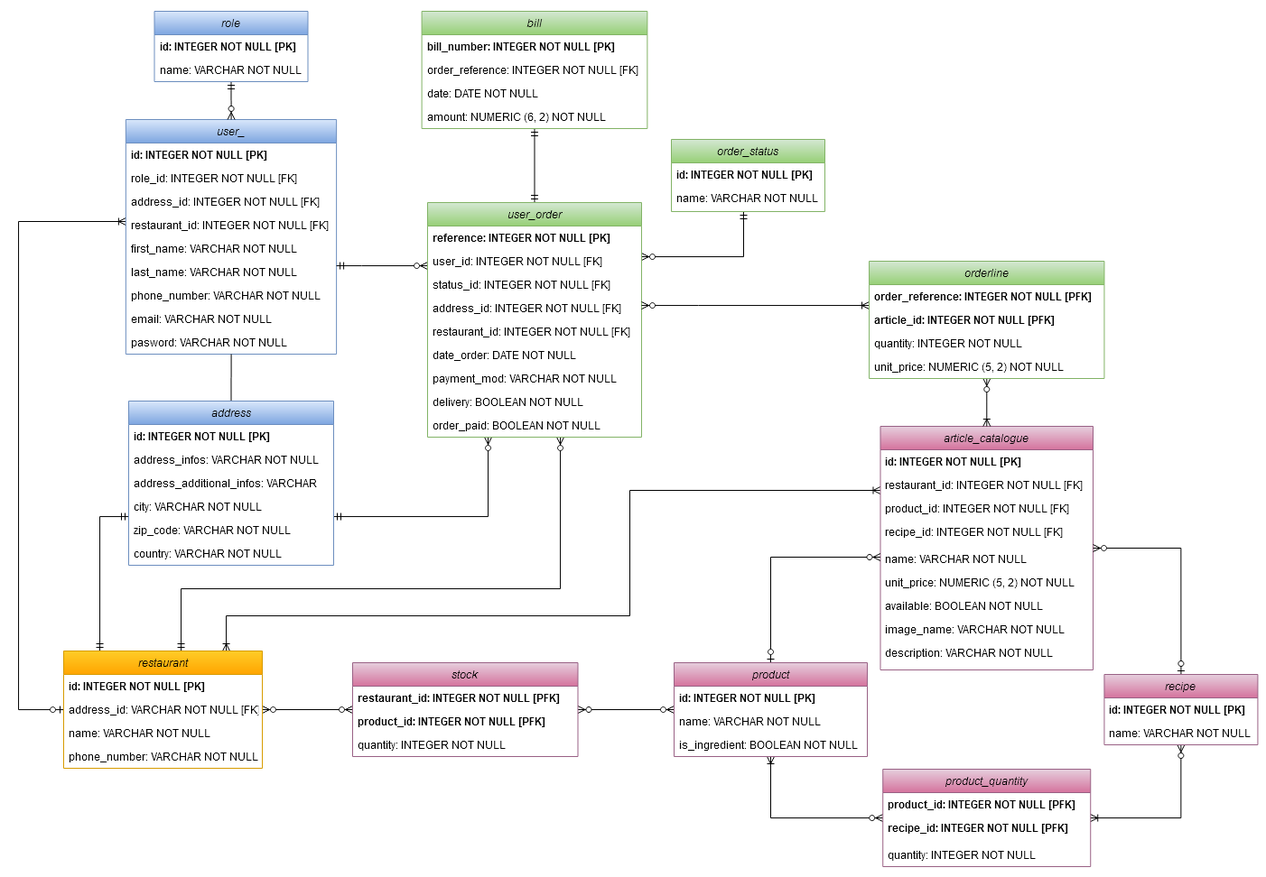
Before: diagram/er-diagram.png, a diagram exported from draw.io (AngoGG/Solution-Technique-OC-Pizza). Source tidied: cells renumbered, new cells last; positions are measured from the earlier drawing's top-left corner, leaving out a move shared by most shapes.
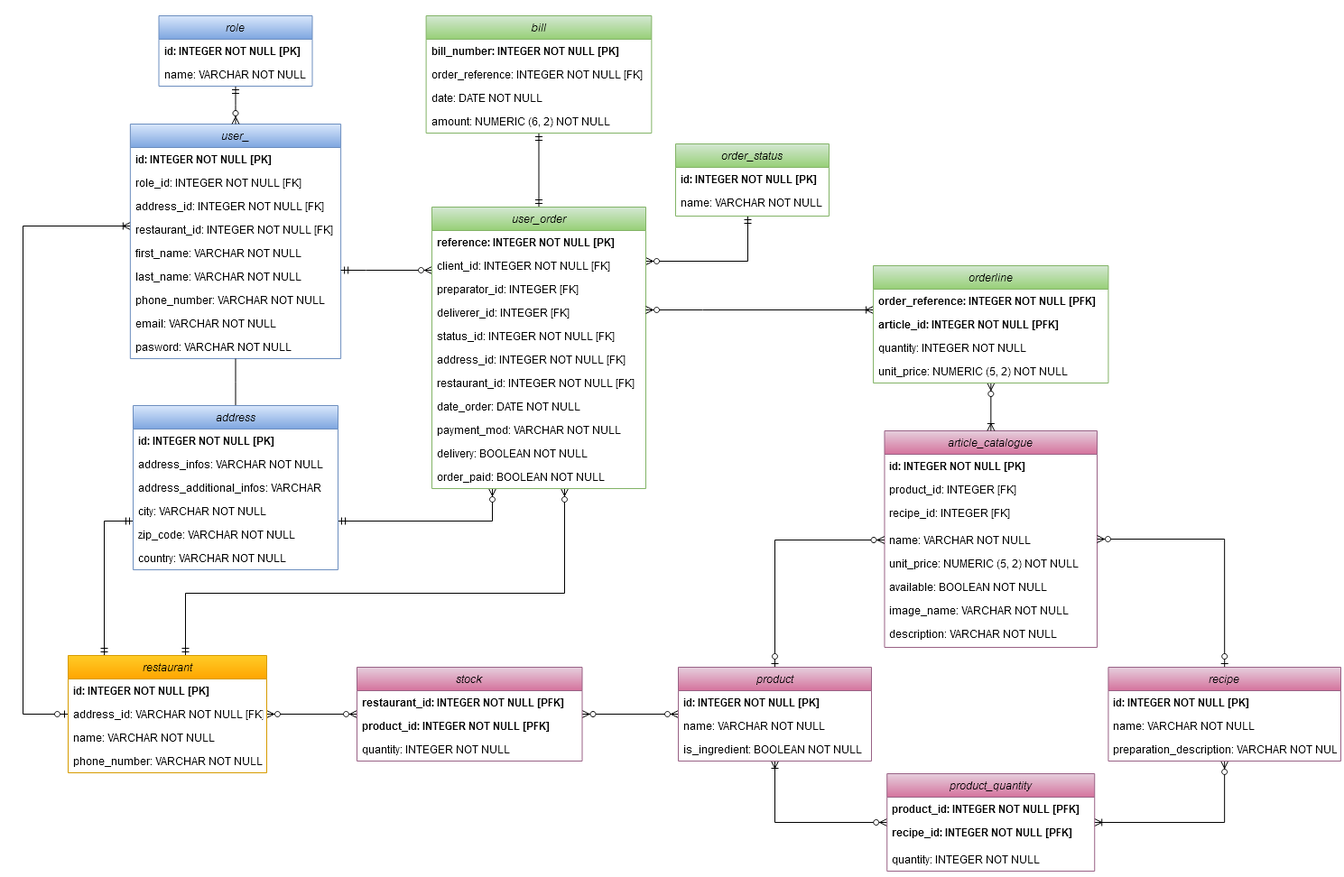
Above is the later version.

What changed in the source:
```diff
@@ -2,44 +2,32 @@
   <root>
     <mxCell id="0" />
     <mxCell id="1" parent="0" />
-    <mxCell id="2" style="edgeStyle=orthogonalEdgeStyle;jettySize=auto;html=1;endArrow=ERoneToMany;endFill=0;startArrow=ERoneToMany;startFill=0;rounded=0;endSize=6;" parent="1" edge="1" source="3" target="78">
-      <mxGeometry relative="1" as="geometry">
-        <Array as="points">
-          <mxPoint x="677" y="531" />
-          <mxPoint x="677" y="670" />
-          <mxPoint x="230" y="670" />
-        </Array>
-      </mxGeometry>
-    </mxCell>
     <mxCell id="3" value="article_catalogue" style="swimlane;fontStyle=2;align=center;verticalAlign=top;horizontal=1;startSize=26;rounded=0;shadow=0;strokeWidth=1;fillColor=#e6d0de;strokeColor=#996185;gradientColor=#d5739d;" parent="1" vertex="1">
-      <mxGeometry x="954.5" y="460" width="235.5" height="270" as="geometry" />
+      <mxGeometry x="954.5" y="460" width="235.5" height="240" as="geometry" />
     </mxCell>
     <mxCell id="4" value="id: INTEGER NOT NULL [PK]" style="text;strokeColor=none;fillColor=none;align=left;verticalAlign=top;spacingLeft=4;spacingRight=4;overflow=hidden;fontStyle=1;" parent="3" vertex="1">
       <mxGeometry y="26" width="235.5" height="26" as="geometry" />
     </mxCell>
-    <mxCell id="5" value="restaurant_id: INTEGER NOT NULL [FK]" style="text;strokeColor=none;fillColor=none;align=left;verticalAlign=top;spacingLeft=4;spacingRight=4;overflow=hidden;fontStyle=0;" parent="3" vertex="1">
-      <mxGeometry y="52" width="235.5" height="26" as="geometry" />
-    </mxCell>
-    <mxCell id="6" value="product_id: INTEGER NOT NULL [FK]" style="text;strokeColor=none;fillColor=none;align=left;verticalAlign=top;spacingLeft=4;spacingRight=4;overflow=hidden;fontStyle=0;" parent="3" vertex="1">
-      <mxGeometry y="78" width="235.5" height="26" as="geometry" />
+    <mxCell id="6" value="product_id: INTEGER [FK]" style="text;strokeColor=none;fillColor=none;align=left;verticalAlign=top;spacingLeft=4;spacingRight=4;overflow=hidden;fontStyle=0;" parent="3" vertex="1">
+      <mxGeometry y="52" width="235.5" height="26" as="geometry" />
     </mxCell>
-    <mxCell id="7" value="recipe_id: INTEGER NOT NULL [FK]" style="text;strokeColor=none;fillColor=none;align=left;verticalAlign=top;spacingLeft=4;spacingRight=4;overflow=hidden;fontStyle=0;" parent="3" vertex="1">
-      <mxGeometry y="104" width="235.5" height="30" as="geometry" />
+    <mxCell id="7" value="recipe_id: INTEGER [FK]" style="text;strokeColor=none;fillColor=none;align=left;verticalAlign=top;spacingLeft=4;spacingRight=4;overflow=hidden;fontStyle=0;" parent="3" vertex="1">
+      <mxGeometry y="78" width="235.5" height="30" as="geometry" />
     </mxCell>
     <mxCell id="8" value="name: VARCHAR NOT NULL" style="text;strokeColor=none;fillColor=none;align=left;verticalAlign=top;spacingLeft=4;spacingRight=4;overflow=hidden;points=[[0,0.5],[1,0.5]];portConstraint=eastwest;" parent="3" vertex="1">
-      <mxGeometry y="134" width="235.5" height="26" as="geometry" />
+      <mxGeometry y="108" width="235.5" height="26" as="geometry" />
     </mxCell>
     <mxCell id="9" value="unit_price: NUMERIC (5, 2) NOT NULL" style="text;strokeColor=none;fillColor=none;align=left;verticalAlign=top;spacingLeft=4;spacingRight=4;overflow=hidden;" parent="3" vertex="1">
-      <mxGeometry y="160" width="235.5" height="26" as="geometry" />
+      <mxGeometry y="134" width="235.5" height="26" as="geometry" />
     </mxCell>
     <mxCell id="10" value="available: BOOLEAN NOT NULL" style="text;strokeColor=none;fillColor=none;align=left;verticalAlign=top;spacingLeft=4;spacingRight=4;overflow=hidden;" parent="3" vertex="1">
-      <mxGeometry y="186" width="235.5" height="26" as="geometry" />
+      <mxGeometry y="160" width="235.5" height="26" as="geometry" />
     </mxCell>
     <mxCell id="11" value="image_name: VARCHAR NOT NULL" style="text;strokeColor=none;fillColor=none;align=left;verticalAlign=top;spacingLeft=4;spacingRight=4;overflow=hidden;" parent="3" vertex="1">
-      <mxGeometry y="212" width="235.5" height="26" as="geometry" />
+      <mxGeometry y="186" width="235.5" height="26" as="geometry" />
     </mxCell>
     <mxCell id="12" value="description: VARCHAR NOT NULL" style="text;strokeColor=none;fillColor=none;align=left;verticalAlign=top;spacingLeft=4;spacingRight=4;overflow=hidden;" parent="3" vertex="1">
-      <mxGeometry y="238" width="235.5" height="26" as="geometry" />
+      <mxGeometry y="212" width="235.5" height="26" as="geometry" />
     </mxCell>
     <mxCell id="13" style="edgeStyle=orthogonalEdgeStyle;rounded=0;jettySize=auto;html=1;endArrow=ERzeroToOne;endFill=1;startArrow=ERoneToMany;startFill=0;" parent="1" edge="1" source="14" target="78">
       <mxGeometry relative="1" as="geometry">
@@ -147,34 +135,40 @@
       </mxGeometry>
     </mxCell>
     <mxCell id="39" value="user_order" style="swimlane;fontStyle=2;align=center;verticalAlign=top;horizontal=1;startSize=26;rounded=0;shadow=0;strokeWidth=1;fillColor=#d5e8d4;strokeColor=#82b366;gradientColor=#97d077;" parent="1" vertex="1">
-      <mxGeometry x="453" y="212" width="237" height="260" as="geometry" />
+      <mxGeometry x="453" y="212" width="237" height="312" as="geometry" />
     </mxCell>
     <mxCell id="40" value="reference: INTEGER NOT NULL [PK]" style="text;strokeColor=none;fillColor=none;align=left;verticalAlign=top;spacingLeft=4;spacingRight=4;overflow=hidden;fontStyle=1;" parent="39" vertex="1">
       <mxGeometry y="26" width="237" height="26" as="geometry" />
     </mxCell>
-    <mxCell id="41" value="user_id: INTEGER NOT NULL [FK]" style="text;strokeColor=none;fillColor=none;align=left;verticalAlign=top;spacingLeft=4;spacingRight=4;overflow=hidden;fontStyle=0;" parent="39" vertex="1">
+    <mxCell id="41" value="client_id: INTEGER NOT NULL [FK]" style="text;strokeColor=none;fillColor=none;align=left;verticalAlign=top;spacingLeft=4;spacingRight=4;overflow=hidden;fontStyle=0;" parent="39" vertex="1">
       <mxGeometry y="52" width="237" height="26" as="geometry" />
     </mxCell>
+    <mxCell id="93" value="preparator_id: INTEGER [FK]" style="text;strokeColor=none;fillColor=none;align=left;verticalAlign=top;spacingLeft=4;spacingRight=4;overflow=hidden;fontStyle=0;" parent="39" vertex="1">
+      <mxGeometry y="78" width="237" height="26" as="geometry" />
+    </mxCell>
+    <mxCell id="94" value="deliverer_id: INTEGER [FK]" style="text;strokeColor=none;fillColor=none;align=left;verticalAlign=top;spacingLeft=4;spacingRight=4;overflow=hidden;fontStyle=0;" parent="39" vertex="1">
+      <mxGeometry y="104" width="237" height="26" as="geometry" />
+    </mxCell>
     <mxCell id="42" value="status_id: INTEGER NOT NULL [FK]" style="text;strokeColor=none;fillColor=none;align=left;verticalAlign=top;spacingLeft=4;spacingRight=4;overflow=hidden;fontStyle=0;" parent="39" vertex="1">
-      <mxGeometry y="78" width="237" height="26" as="geometry" />
+      <mxGeometry y="130" width="237" height="26" as="geometry" />
     </mxCell>
     <mxCell id="43" value="address_id: INTEGER NOT NULL [FK]" style="text;strokeColor=none;fillColor=none;align=left;verticalAlign=top;spacingLeft=4;spacingRight=4;overflow=hidden;fontStyle=0;" parent="39" vertex="1">
-      <mxGeometry y="104" width="237" height="26" as="geometry" />
+      <mxGeometry y="156" width="237" height="26" as="geometry" />
     </mxCell>
     <mxCell id="44" value="restaurant_id: INTEGER NOT NULL [FK]" style="text;strokeColor=none;fillColor=none;align=left;verticalAlign=top;spacingLeft=4;spacingRight=4;overflow=hidden;fontStyle=0;" parent="39" vertex="1">
-      <mxGeometry y="130" width="237" height="26" as="geometry" />
+      <mxGeometry y="182" width="237" height="26" as="geometry" />
     </mxCell>
     <mxCell id="45" value="date_order: DATE NOT NULL" style="text;strokeColor=none;fillColor=none;align=left;verticalAlign=top;spacingLeft=4;spacingRight=4;overflow=hidden;" parent="39" vertex="1">
-      <mxGeometry y="156" width="237" height="26" as="geometry" />
+      <mxGeometry y="208" width="237" height="26" as="geometry" />
     </mxCell>
     <mxCell id="46" value="payment_mod: VARCHAR NOT NULL" style="text;strokeColor=none;fillColor=none;align=left;verticalAlign=top;spacingLeft=4;spacingRight=4;overflow=hidden;" parent="39" vertex="1">
-      <mxGeometry y="182" width="237" height="26" as="geometry" />
+      <mxGeometry y="234" width="237" height="26" as="geometry" />
     </mxCell>
     <mxCell id="47" value="delivery: BOOLEAN NOT NULL" style="text;strokeColor=none;fillColor=none;align=left;verticalAlign=top;spacingLeft=4;spacingRight=4;overflow=hidden;" parent="39" vertex="1">
-      <mxGeometry y="208" width="237" height="26" as="geometry" />
+      <mxGeometry y="260" width="237" height="26" as="geometry" />
     </mxCell>
     <mxCell id="48" value="order_paid: BOOLEAN NOT NULL" style="text;strokeColor=none;fillColor=none;align=left;verticalAlign=top;spacingLeft=4;spacingRight=4;overflow=hidden;" parent="39" vertex="1">
-      <mxGeometry y="234" width="237" height="26" as="geometry" />
+      <mxGeometry y="286" width="237" height="26" as="geometry" />
     </mxCell>
     <mxCell id="49" value="address" style="swimlane;fontStyle=2;align=center;verticalAlign=top;horizontal=1;startSize=26;rounded=0;shadow=0;strokeWidth=1;fillColor=#dae8fc;strokeColor=#6c8ebf;gradientColor=#7ea6e0;" parent="1" vertex="1">
       <mxGeometry x="122" y="432" width="227" height="182" as="geometry" />
@@ -200,10 +194,10 @@
     <mxCell id="56" style="edgeStyle=orthogonalEdgeStyle;rounded=0;jettySize=auto;html=1;entryX=0.5;entryY=1;entryDx=0;entryDy=0;endArrow=ERmandOne;endFill=0;fontColor=#000000;startArrow=ERzeroToMany;startFill=1;" parent="1" edge="1" source="14" target="90">
       <mxGeometry relative="1" as="geometry" />
     </mxCell>
-    <mxCell id="57" style="edgeStyle=orthogonalEdgeStyle;rounded=0;jettySize=auto;html=1;entryX=0.5;entryY=0;entryDx=0;entryDy=0;endArrow=ERzeroToOne;endFill=1;startArrow=ERzeroToMany;startFill=1;" parent="1" edge="1" source="3" target="71">
+    <mxCell id="57" style="edgeStyle=orthogonalEdgeStyle;rounded=0;jettySize=auto;html=1;entryX=0.5;entryY=0;entryDx=0;entryDy=0;endArrow=ERzeroToOne;endFill=1;startArrow=ERzeroToMany;startFill=1;exitX=0;exitY=0.5;exitDx=0;exitDy=0;" parent="1" edge="1" source="8" target="71">
       <mxGeometry relative="1" as="geometry">
         <Array as="points">
-          <mxPoint x="833" y="605" />
+          <mxPoint x="833" y="581" />
         </Array>
       </mxGeometry>
     </mxCell>
@@ -259,14 +253,17 @@
       <mxGeometry y="78" width="214" height="26" as="geometry" />
     </mxCell>
     <mxCell id="75" value="recipe" style="swimlane;fontStyle=2;align=center;verticalAlign=top;horizontal=1;startSize=26;rounded=0;shadow=0;strokeWidth=1;fillColor=#e6d0de;strokeColor=#996185;gradientColor=#d5739d;" parent="1" vertex="1">
-      <mxGeometry x="1202.4" y="735" width="170" height="78" as="geometry" />
+      <mxGeometry x="1202.4" y="722" width="257.6" height="104" as="geometry" />
     </mxCell>
     <mxCell id="76" value="id: INTEGER NOT NULL [PK]" style="text;strokeColor=none;fillColor=none;align=left;verticalAlign=top;spacingLeft=4;spacingRight=4;overflow=hidden;fontStyle=1;" parent="75" vertex="1">
-      <mxGeometry y="26" width="170" height="26" as="geometry" />
+      <mxGeometry y="26" width="257.6" height="26" as="geometry" />
     </mxCell>
     <mxCell id="77" value="name: VARCHAR NOT NULL" style="text;strokeColor=none;fillColor=none;align=left;verticalAlign=top;spacingLeft=4;spacingRight=4;overflow=hidden;" parent="75" vertex="1">
-      <mxGeometry y="52" width="170" height="26" as="geometry" />
+      <mxGeometry y="52" width="257.6" height="26" as="geometry" />
     </mxCell>
+    <mxCell id="95" value="preparation_description: VARCHAR NOT NULL" style="text;strokeColor=none;fillColor=none;align=left;verticalAlign=top;spacingLeft=4;spacingRight=4;overflow=hidden;" parent="75" vertex="1">
+      <mxGeometry y="78" width="257.6" height="26" as="geometry" />
+    </mxCell>
     <mxCell id="78" value="restaurant" style="swimlane;fontStyle=2;align=center;verticalAlign=top;horizontal=1;startSize=26;rounded=0;shadow=0;strokeWidth=1;fillColor=#ffcd28;strokeColor=#d79b00;gradientColor=#ffa500;" parent="1" vertex="1">
       <mxGeometry x="50" y="709" width="220" height="130" as="geometry" />
     </mxCell>
```
